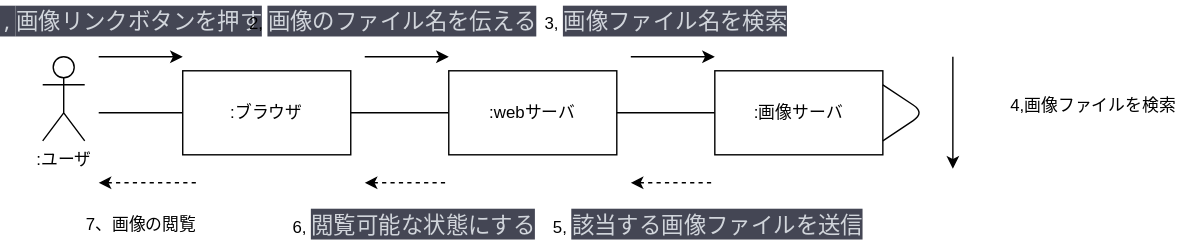
hinokanata/uml-introduction keeps this draw.io diagram as 演習５-1_CD_Web画像検索.drawio.svg. Above is the earlier version. Source tidied: cells renumbered, new cells last; positions are measured from the earlier drawing's top-left corner, leaving out a move shared by most shapes.
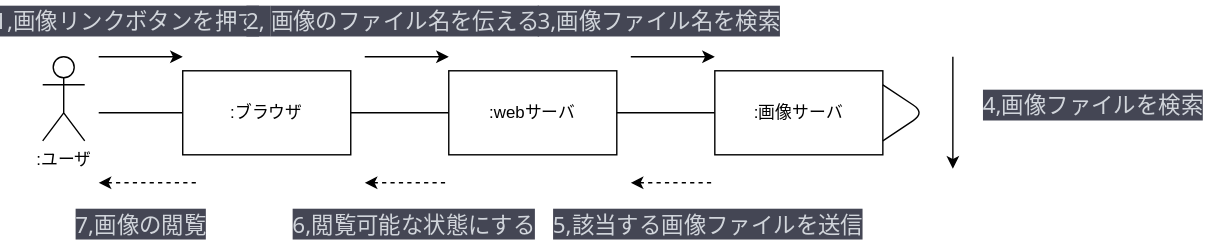
Later version of the same file.

Change to the diagram source:
```diff
@@ -80,32 +80,32 @@
         <mxPoint x="140" y="130" as="targetPoint" />
       </mxGeometry>
     </mxCell>
-    <mxCell id="17" value="&lt;span style=&quot;color: rgb(209, 213, 219); font-family: Söhne, ui-sans-serif, system-ui, -apple-system, &amp;quot;Segoe UI&amp;quot;, Roboto, Ubuntu, Cantarell, &amp;quot;Noto Sans&amp;quot;, sans-serif, &amp;quot;Helvetica Neue&amp;quot;, Arial, &amp;quot;Apple Color Emoji&amp;quot;, &amp;quot;Segoe UI Emoji&amp;quot;, &amp;quot;Segoe UI Symbol&amp;quot;, &amp;quot;Noto Color Emoji&amp;quot;; font-size: 16px; text-align: start; background-color: rgb(68, 70, 84);&quot;&gt;1,&lt;/span&gt;&lt;span style=&quot;color: rgb(209, 213, 219); font-family: Söhne, ui-sans-serif, system-ui, -apple-system, &amp;quot;Segoe UI&amp;quot;, Roboto, Ubuntu, Cantarell, &amp;quot;Noto Sans&amp;quot;, sans-serif, &amp;quot;Helvetica Neue&amp;quot;, Arial, &amp;quot;Apple Color Emoji&amp;quot;, &amp;quot;Segoe UI Emoji&amp;quot;, &amp;quot;Segoe UI Symbol&amp;quot;, &amp;quot;Noto Color Emoji&amp;quot;; font-size: 16px; text-align: start; background-color: rgb(68, 70, 84);&quot;&gt;画像リンクボタンを押す&lt;/span&gt;&lt;span style=&quot;color: rgb(209, 213, 219); font-family: Söhne, ui-sans-serif, system-ui, -apple-system, &amp;quot;Segoe UI&amp;quot;, Roboto, Ubuntu, Cantarell, &amp;quot;Noto Sans&amp;quot;, sans-serif, &amp;quot;Helvetica Neue&amp;quot;, Arial, &amp;quot;Apple Color Emoji&amp;quot;, &amp;quot;Segoe UI Emoji&amp;quot;, &amp;quot;Segoe UI Symbol&amp;quot;, &amp;quot;Noto Color Emoji&amp;quot;; font-size: 16px; text-align: start; background-color: rgb(68, 70, 84);&quot;&gt;&lt;br&gt;&lt;/span&gt;" style="text;html=1;align=center;verticalAlign=middle;strokeColor=none;fillColor=none;" parent="1" vertex="1">
+    <mxCell id="17" value="&lt;span style=&quot;color: rgb(209, 213, 219); font-family: Söhne, ui-sans-serif, system-ui, -apple-system, &amp;quot;Segoe UI&amp;quot;, Roboto, Ubuntu, Cantarell, &amp;quot;Noto Sans&amp;quot;, sans-serif, &amp;quot;Helvetica Neue&amp;quot;, Arial, &amp;quot;Apple Color Emoji&amp;quot;, &amp;quot;Segoe UI Emoji&amp;quot;, &amp;quot;Segoe UI Symbol&amp;quot;, &amp;quot;Noto Color Emoji&amp;quot;; font-size: 16px; text-align: start; background-color: rgb(68, 70, 84);&quot;&gt;1,画像リンクボタンを押す&lt;br&gt;&lt;/span&gt;" style="text;html=1;align=center;verticalAlign=middle;strokeColor=none;fillColor=none;" parent="1" vertex="1">
       <mxGeometry width="180" height="30" as="geometry" />
     </mxCell>
-    <mxCell id="18" value="2,&lt;span style=&quot;color: rgb(209, 213, 219); font-family: Söhne, ui-sans-serif, system-ui, -apple-system, &amp;quot;Segoe UI&amp;quot;, Roboto, Ubuntu, Cantarell, &amp;quot;Noto Sans&amp;quot;, sans-serif, &amp;quot;Helvetica Neue&amp;quot;, Arial, &amp;quot;Apple Color Emoji&amp;quot;, &amp;quot;Segoe UI Emoji&amp;quot;, &amp;quot;Segoe UI Symbol&amp;quot;, &amp;quot;Noto Color Emoji&amp;quot;; font-size: 16px; text-align: start; background-color: rgb(68, 70, 84);&quot;&gt;画像のファイル名を伝える&lt;br&gt;&lt;/span&gt;" style="text;html=1;align=center;verticalAlign=middle;strokeColor=none;fillColor=none;" parent="1" vertex="1">
+    <mxCell id="18" value="&lt;span style=&quot;color: rgb(209, 213, 219); font-family: Söhne, ui-sans-serif, system-ui, -apple-system, &amp;quot;Segoe UI&amp;quot;, Roboto, Ubuntu, Cantarell, &amp;quot;Noto Sans&amp;quot;, sans-serif, &amp;quot;Helvetica Neue&amp;quot;, Arial, &amp;quot;Apple Color Emoji&amp;quot;, &amp;quot;Segoe UI Emoji&amp;quot;, &amp;quot;Segoe UI Symbol&amp;quot;, &amp;quot;Noto Color Emoji&amp;quot;; font-size: 16px; text-align: start; background-color: rgb(68, 70, 84);&quot;&gt;2,&lt;/span&gt;&lt;span style=&quot;color: rgb(209, 213, 219); font-family: Söhne, ui-sans-serif, system-ui, -apple-system, &amp;quot;Segoe UI&amp;quot;, Roboto, Ubuntu, Cantarell, &amp;quot;Noto Sans&amp;quot;, sans-serif, &amp;quot;Helvetica Neue&amp;quot;, Arial, &amp;quot;Apple Color Emoji&amp;quot;, &amp;quot;Segoe UI Emoji&amp;quot;, &amp;quot;Segoe UI Symbol&amp;quot;, &amp;quot;Noto Color Emoji&amp;quot;; font-size: 16px; text-align: start; background-color: rgb(68, 70, 84);&quot;&gt;画像のファイル名を伝える&lt;/span&gt;&lt;span style=&quot;color: rgb(209, 213, 219); font-family: Söhne, ui-sans-serif, system-ui, -apple-system, &amp;quot;Segoe UI&amp;quot;, Roboto, Ubuntu, Cantarell, &amp;quot;Noto Sans&amp;quot;, sans-serif, &amp;quot;Helvetica Neue&amp;quot;, Arial, &amp;quot;Apple Color Emoji&amp;quot;, &amp;quot;Segoe UI Emoji&amp;quot;, &amp;quot;Segoe UI Symbol&amp;quot;, &amp;quot;Noto Color Emoji&amp;quot;; font-size: 16px; text-align: start; background-color: rgb(68, 70, 84);&quot;&gt;&lt;br&gt;&lt;/span&gt;" style="text;html=1;align=center;verticalAlign=middle;strokeColor=none;fillColor=none;" parent="1" vertex="1">
       <mxGeometry x="185" width="190" height="30" as="geometry" />
     </mxCell>
-    <mxCell id="19" value="3,&lt;span style=&quot;color: rgb(209, 213, 219); font-family: Söhne, ui-sans-serif, system-ui, -apple-system, &amp;quot;Segoe UI&amp;quot;, Roboto, Ubuntu, Cantarell, &amp;quot;Noto Sans&amp;quot;, sans-serif, &amp;quot;Helvetica Neue&amp;quot;, Arial, &amp;quot;Apple Color Emoji&amp;quot;, &amp;quot;Segoe UI Emoji&amp;quot;, &amp;quot;Segoe UI Symbol&amp;quot;, &amp;quot;Noto Color Emoji&amp;quot;; font-size: 16px; text-align: start; background-color: rgb(68, 70, 84);&quot;&gt;画像ファイル名を検索&lt;/span&gt;" style="text;html=1;align=center;verticalAlign=middle;strokeColor=none;fillColor=none;" parent="1" vertex="1">
-      <mxGeometry x="390" width="170" height="30" as="geometry" />
-    </mxCell>
     <mxCell id="20" style="endArrow=classic;html=1;" parent="1" edge="1">
       <mxGeometry relative="1" as="geometry">
         <mxPoint x="680" y="40" as="sourcePoint" />
         <mxPoint x="680" y="120" as="targetPoint" />
       </mxGeometry>
     </mxCell>
-    <mxCell id="21" value="5,&lt;span style=&quot;color: rgb(209, 213, 219); font-family: Söhne, ui-sans-serif, system-ui, -apple-system, &amp;quot;Segoe UI&amp;quot;, Roboto, Ubuntu, Cantarell, &amp;quot;Noto Sans&amp;quot;, sans-serif, &amp;quot;Helvetica Neue&amp;quot;, Arial, &amp;quot;Apple Color Emoji&amp;quot;, &amp;quot;Segoe UI Emoji&amp;quot;, &amp;quot;Segoe UI Symbol&amp;quot;, &amp;quot;Noto Color Emoji&amp;quot;; font-size: 16px; text-align: start; background-color: rgb(68, 70, 84);&quot;&gt;該当する画像ファイルを送信&lt;/span&gt;" style="text;html=1;align=center;verticalAlign=middle;strokeColor=none;fillColor=none;" parent="1" vertex="1">
+    <mxCell id="21" value="&lt;span style=&quot;color: rgb(209, 213, 219); font-family: Söhne, ui-sans-serif, system-ui, -apple-system, &amp;quot;Segoe UI&amp;quot;, Roboto, Ubuntu, Cantarell, &amp;quot;Noto Sans&amp;quot;, sans-serif, &amp;quot;Helvetica Neue&amp;quot;, Arial, &amp;quot;Apple Color Emoji&amp;quot;, &amp;quot;Segoe UI Emoji&amp;quot;, &amp;quot;Segoe UI Symbol&amp;quot;, &amp;quot;Noto Color Emoji&amp;quot;; font-size: 16px; text-align: start; background-color: rgb(68, 70, 84);&quot;&gt;5,該当する画像ファイルを送信&lt;/span&gt;" style="text;html=1;align=center;verticalAlign=middle;strokeColor=none;fillColor=none;" parent="1" vertex="1">
       <mxGeometry x="400" y="145" width="210" height="30" as="geometry" />
     </mxCell>
-    <mxCell id="22" value="6,&lt;span style=&quot;color: rgb(209, 213, 219); font-family: Söhne, ui-sans-serif, system-ui, -apple-system, &amp;quot;Segoe UI&amp;quot;, Roboto, Ubuntu, Cantarell, &amp;quot;Noto Sans&amp;quot;, sans-serif, &amp;quot;Helvetica Neue&amp;quot;, Arial, &amp;quot;Apple Color Emoji&amp;quot;, &amp;quot;Segoe UI Emoji&amp;quot;, &amp;quot;Segoe UI Symbol&amp;quot;, &amp;quot;Noto Color Emoji&amp;quot;; font-size: 16px; text-align: start; background-color: rgb(68, 70, 84);&quot;&gt; 閲覧可能な状態にする&lt;br&gt;&lt;/span&gt;" style="text;html=1;align=center;verticalAlign=middle;strokeColor=none;fillColor=none;" parent="1" vertex="1">
-      <mxGeometry x="200" y="145" width="190" height="30" as="geometry" />
+    <mxCell id="22" value="&lt;span style=&quot;color: rgb(209, 213, 219); font-family: Söhne, ui-sans-serif, system-ui, -apple-system, &amp;quot;Segoe UI&amp;quot;, Roboto, Ubuntu, Cantarell, &amp;quot;Noto Sans&amp;quot;, sans-serif, &amp;quot;Helvetica Neue&amp;quot;, Arial, &amp;quot;Apple Color Emoji&amp;quot;, &amp;quot;Segoe UI Emoji&amp;quot;, &amp;quot;Segoe UI Symbol&amp;quot;, &amp;quot;Noto Color Emoji&amp;quot;; font-size: 16px; text-align: start; background-color: rgb(68, 70, 84);&quot;&gt;6,閲覧可能な状態にする&lt;br&gt;&lt;/span&gt;" style="text;html=1;align=center;verticalAlign=middle;strokeColor=none;fillColor=none;" parent="1" vertex="1">
+      <mxGeometry x="205" y="145" width="180" height="30" as="geometry" />
     </mxCell>
-    <mxCell id="23" value="4,画像ファイルを検索" style="text;html=1;align=center;verticalAlign=middle;strokeColor=none;fillColor=none;" parent="1" vertex="1">
-      <mxGeometry x="710" y="60" width="140" height="30" as="geometry" />
+    <mxCell id="23" value="&lt;div style=&quot;text-align: center;&quot;&gt;&lt;span style=&quot;background-color: rgb(68, 70, 84); color: rgb(209, 213, 219); font-family: Söhne, ui-sans-serif, system-ui, -apple-system, &amp;quot;Segoe UI&amp;quot;, Roboto, Ubuntu, Cantarell, &amp;quot;Noto Sans&amp;quot;, sans-serif, &amp;quot;Helvetica Neue&amp;quot;, Arial, &amp;quot;Apple Color Emoji&amp;quot;, &amp;quot;Segoe UI Emoji&amp;quot;, &amp;quot;Segoe UI Symbol&amp;quot;, &amp;quot;Noto Color Emoji&amp;quot;; font-size: 16px; text-align: start;&quot;&gt;4,画像ファイルを検索&lt;/span&gt;&lt;/div&gt;" style="text;html=1;align=center;verticalAlign=middle;strokeColor=none;fillColor=none;" parent="1" vertex="1">
+      <mxGeometry x="700" y="60" width="160" height="30" as="geometry" />
     </mxCell>
-    <mxCell id="24" value="7、画像の閲覧" style="text;html=1;align=center;verticalAlign=middle;strokeColor=none;fillColor=none;" parent="1" vertex="1">
-      <mxGeometry x="50" y="145" width="100" height="30" as="geometry" />
+    <mxCell id="24" value="&lt;span style=&quot;color: rgb(209, 213, 219); font-family: Söhne, ui-sans-serif, system-ui, -apple-system, &amp;quot;Segoe UI&amp;quot;, Roboto, Ubuntu, Cantarell, &amp;quot;Noto Sans&amp;quot;, sans-serif, &amp;quot;Helvetica Neue&amp;quot;, Arial, &amp;quot;Apple Color Emoji&amp;quot;, &amp;quot;Segoe UI Emoji&amp;quot;, &amp;quot;Segoe UI Symbol&amp;quot;, &amp;quot;Noto Color Emoji&amp;quot;; font-size: 16px; text-align: start; background-color: rgb(68, 70, 84);&quot;&gt;7,画像の閲覧&lt;/span&gt;" style="text;html=1;align=center;verticalAlign=middle;strokeColor=none;fillColor=none;" parent="1" vertex="1">
+      <mxGeometry x="45" y="145" width="110" height="30" as="geometry" />
     </mxCell>
+    <mxCell id="25" value="&lt;span style=&quot;color: rgb(209, 213, 219); font-family: Söhne, ui-sans-serif, system-ui, -apple-system, &amp;quot;Segoe UI&amp;quot;, Roboto, Ubuntu, Cantarell, &amp;quot;Noto Sans&amp;quot;, sans-serif, &amp;quot;Helvetica Neue&amp;quot;, Arial, &amp;quot;Apple Color Emoji&amp;quot;, &amp;quot;Segoe UI Emoji&amp;quot;, &amp;quot;Segoe UI Symbol&amp;quot;, &amp;quot;Noto Color Emoji&amp;quot;; font-size: 16px; text-align: start; background-color: rgb(68, 70, 84);&quot;&gt;3,画像ファイル名を検索&lt;/span&gt;" style="text;html=1;align=center;verticalAlign=middle;strokeColor=none;fillColor=none;" parent="1" vertex="1">
+      <mxGeometry x="385" width="170" height="30" as="geometry" />
+    </mxCell>
   </root>
 </mxGraphModel>
```
